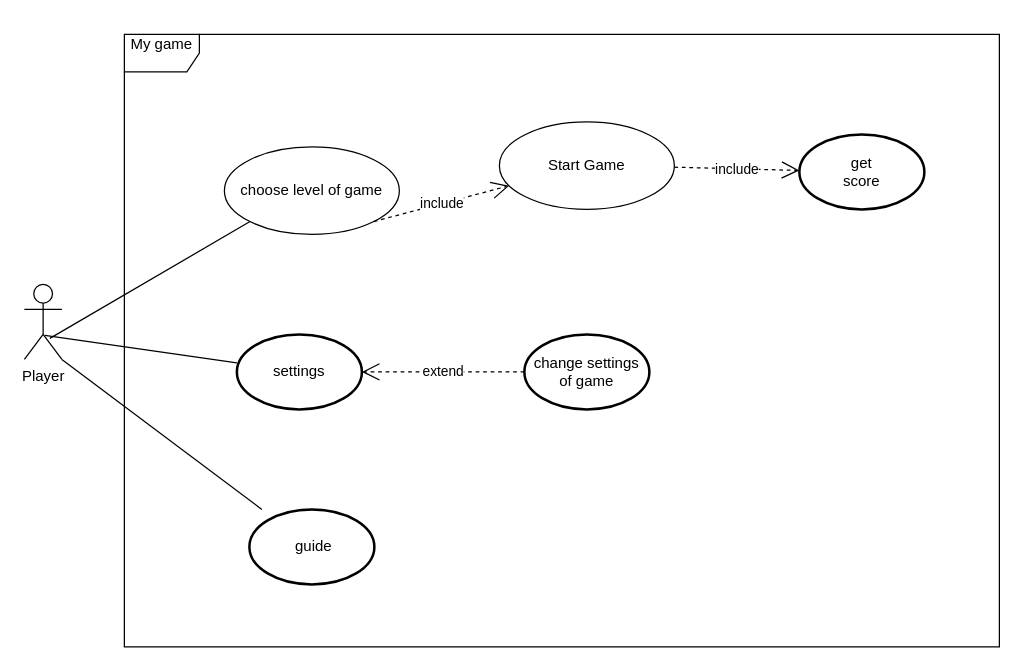
This is Діаграма без назви.drawio from ArturGoz/doodle-project-laboratory-work-oop-patterns-uml-diagrams-refactoring, a draw.io file, before an edit. Source tidied: cells renumbered, new cells numbered last; positions are measured from the earlier drawing's top-left corner, leaving out a move shared by most shapes. Both pictures are drawn from the tidied source at 125%, with x=0, y=0 at pixel (24, 34).
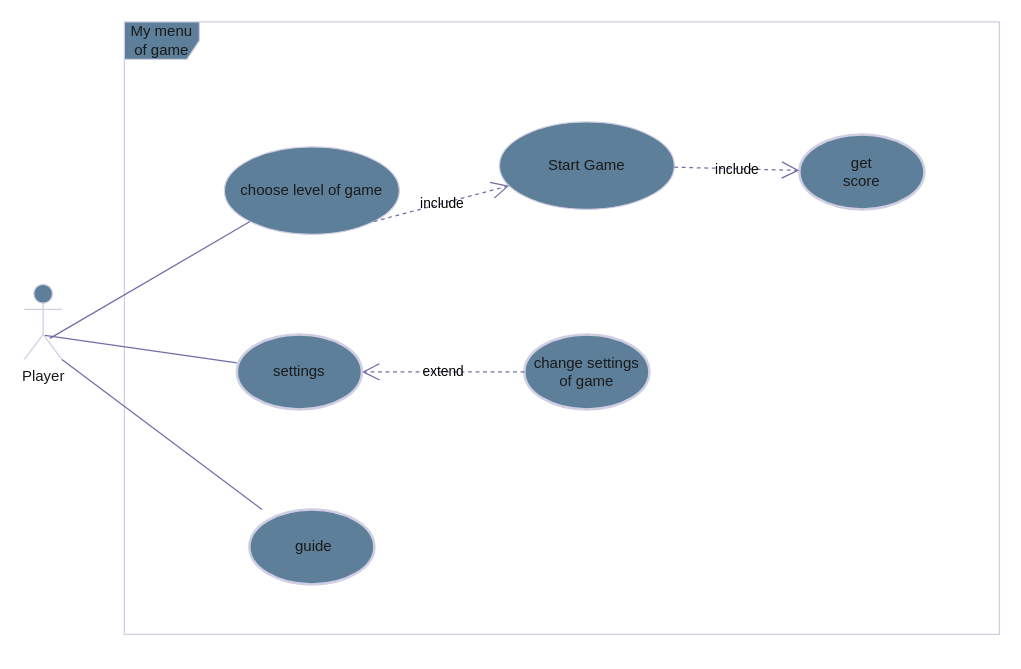
The same page after the edit.

Diff of the diagram source:
```diff
@@
 <mxGraphModel>
   <root>
     <mxCell id="0" />
     <mxCell id="1" parent="0" />
-    <mxCell id="2" value="My game&lt;div&gt;&lt;br/&gt;&lt;/div&gt;" style="shape=umlFrame;whiteSpace=wrap;html=1;" parent="1" vertex="1">
-      <mxGeometry x="80" width="700" height="490" as="geometry" />
+    <mxCell id="2" value="My menu&lt;div&gt;of game&lt;/div&gt;" style="shape=umlFrame;whiteSpace=wrap;html=1;labelBackgroundColor=none;fillColor=#5D7F99;strokeColor=#D0CEE2;fontColor=#1A1A1A;" parent="1" vertex="1">
+      <mxGeometry x="80" y="-10" width="700" height="490" as="geometry" />
     </mxCell>
-    <mxCell id="3" value="Player&lt;div&gt;&lt;br/&gt;&lt;/div&gt;" style="shape=umlActor;verticalLabelPosition=bottom;verticalAlign=top;html=1;" parent="1" vertex="1">
+    <mxCell id="3" value="Player&lt;div&gt;&lt;br/&gt;&lt;/div&gt;" style="shape=umlActor;verticalLabelPosition=bottom;verticalAlign=top;html=1;labelBackgroundColor=none;fillColor=#5D7F99;strokeColor=#D0CEE2;fontColor=#1A1A1A;" parent="1" vertex="1">
       <mxGeometry y="200" width="30" height="60" as="geometry" />
     </mxCell>
-    <mxCell id="4" value="get &lt;br&gt;score" style="strokeWidth=2;html=1;shape=mxgraph.flowchart.start_1;whiteSpace=wrap;" parent="1" vertex="1">
+    <mxCell id="4" value="get &lt;br&gt;score" style="strokeWidth=2;html=1;shape=mxgraph.flowchart.start_1;whiteSpace=wrap;labelBackgroundColor=none;fillColor=#5D7F99;strokeColor=#D0CEE2;fontColor=#1A1A1A;" parent="1" vertex="1">
       <mxGeometry x="620" y="80" width="100" height="60" as="geometry" />
     </mxCell>
-    <mxCell id="5" value="Start Game" style="ellipse;whiteSpace=wrap;html=1;" parent="1" vertex="1">
+    <mxCell id="5" value="Start Game" style="ellipse;whiteSpace=wrap;html=1;labelBackgroundColor=none;fillColor=#5D7F99;strokeColor=#D0CEE2;fontColor=#1A1A1A;" parent="1" vertex="1">
       <mxGeometry x="380" y="70" width="140" height="70" as="geometry" />
     </mxCell>
-    <mxCell id="6" value="change settings&lt;br&gt;of game" style="strokeWidth=2;html=1;shape=mxgraph.flowchart.start_1;whiteSpace=wrap;" parent="1" vertex="1">
+    <mxCell id="6" value="change settings&lt;br&gt;of game" style="strokeWidth=2;html=1;shape=mxgraph.flowchart.start_1;whiteSpace=wrap;labelBackgroundColor=none;fillColor=#5D7F99;strokeColor=#D0CEE2;fontColor=#1A1A1A;" parent="1" vertex="1">
       <mxGeometry x="400" y="240" width="100" height="60" as="geometry" />
     </mxCell>
-    <mxCell id="7" value="&amp;nbsp;guide" style="strokeWidth=2;html=1;shape=mxgraph.flowchart.start_1;whiteSpace=wrap;" parent="1" vertex="1">
+    <mxCell id="7" value="&amp;nbsp;guide" style="strokeWidth=2;html=1;shape=mxgraph.flowchart.start_1;whiteSpace=wrap;labelBackgroundColor=none;fillColor=#5D7F99;strokeColor=#D0CEE2;fontColor=#1A1A1A;" parent="1" vertex="1">
       <mxGeometry x="180" y="380" width="100" height="60" as="geometry" />
     </mxCell>
-    <mxCell id="8" value="choose level of game" style="ellipse;whiteSpace=wrap;html=1;" parent="1" vertex="1">
+    <mxCell id="8" value="choose level of game" style="ellipse;whiteSpace=wrap;html=1;labelBackgroundColor=none;fillColor=#5D7F99;strokeColor=#D0CEE2;fontColor=#1A1A1A;" parent="1" vertex="1">
       <mxGeometry x="160" y="90" width="140" height="70" as="geometry" />
     </mxCell>
-    <mxCell id="9" value="include" style="endArrow=open;endSize=12;dashed=1;html=1;rounded=0;exitX=1;exitY=1;exitDx=0;exitDy=0;" parent="1" edge="1" source="8" target="5">
+    <mxCell id="9" value="include" style="endArrow=open;endSize=12;dashed=1;html=1;rounded=0;exitX=1;exitY=1;exitDx=0;exitDy=0;labelBackgroundColor=none;strokeColor=#736CA8;fontColor=default;" parent="1" edge="1" source="8" target="5">
       <mxGeometry relative="1" as="geometry" />
     </mxCell>
-    <mxCell id="10" value="extend" style="endArrow=open;endSize=12;dashed=1;html=1;rounded=0;" parent="1" edge="1" source="6" target="11">
+    <mxCell id="10" value="extend" style="endArrow=open;endSize=12;dashed=1;html=1;rounded=0;labelBackgroundColor=none;strokeColor=#736CA8;fontColor=default;" parent="1" edge="1" source="6" target="11">
       <mxGeometry relative="1" as="geometry" />
     </mxCell>
-    <mxCell id="11" value="settings" style="strokeWidth=2;html=1;shape=mxgraph.flowchart.start_1;whiteSpace=wrap;" parent="1" vertex="1">
+    <mxCell id="11" value="settings" style="strokeWidth=2;html=1;shape=mxgraph.flowchart.start_1;whiteSpace=wrap;labelBackgroundColor=none;fillColor=#5D7F99;strokeColor=#D0CEE2;fontColor=#1A1A1A;" parent="1" vertex="1">
       <mxGeometry x="170" y="240" width="100" height="60" as="geometry" />
     </mxCell>
-    <mxCell id="12" value="include" style="endArrow=open;endSize=12;dashed=1;html=1;rounded=0;" parent="1" edge="1" source="5" target="4">
+    <mxCell id="12" value="include" style="endArrow=open;endSize=12;dashed=1;html=1;rounded=0;labelBackgroundColor=none;strokeColor=#736CA8;fontColor=default;" parent="1" edge="1" source="5" target="4">
       <mxGeometry relative="1" as="geometry" />
     </mxCell>
-    <mxCell id="13" style="endArrow=none;html=1;rounded=0;exitX=0.68;exitY=0.72;exitDx=0;exitDy=0;exitPerimeter=0;entryX=0;entryY=1;entryDx=0;entryDy=0;" parent="1" edge="1" source="3" target="8">
+    <mxCell id="13" style="endArrow=none;html=1;rounded=0;exitX=0.68;exitY=0.72;exitDx=0;exitDy=0;exitPerimeter=0;entryX=0;entryY=1;entryDx=0;entryDy=0;labelBackgroundColor=none;strokeColor=#736CA8;fontColor=default;" parent="1" edge="1" source="3" target="8">
       <mxGeometry relative="1" as="geometry" />
     </mxCell>
-    <mxCell id="14" style="endArrow=none;html=1;rounded=0;exitX=1;exitY=1;exitDx=0;exitDy=0;exitPerimeter=0;" parent="1" edge="1" source="3" target="7">
+    <mxCell id="14" style="endArrow=none;html=1;rounded=0;exitX=1;exitY=1;exitDx=0;exitDy=0;exitPerimeter=0;labelBackgroundColor=none;strokeColor=#736CA8;fontColor=default;" parent="1" edge="1" source="3" target="7">
       <mxGeometry relative="1" as="geometry" />
     </mxCell>
-    <mxCell id="15" style="endArrow=none;html=1;rounded=0;exitX=0.547;exitY=0.68;exitDx=0;exitDy=0;exitPerimeter=0;" parent="1" edge="1" source="3" target="11">
+    <mxCell id="15" style="endArrow=none;html=1;rounded=0;exitX=0.547;exitY=0.68;exitDx=0;exitDy=0;exitPerimeter=0;labelBackgroundColor=none;strokeColor=#736CA8;fontColor=default;" parent="1" edge="1" source="3" target="11">
       <mxGeometry relative="1" as="geometry" />
     </mxCell>
   </root>
 </mxGraphModel>
```
